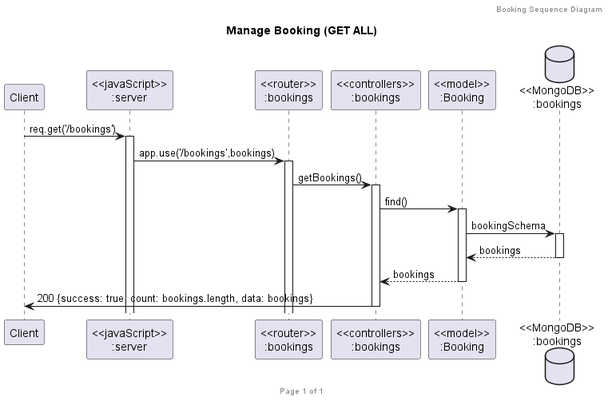
Before: presentation/Sequence_Diagram/Bookings/Manage Booking (GET ALL).png, a diagram exported from PlantUML (2110503TACEDT66/presentation-day-1-i-am-the-bone-of-my-sources).
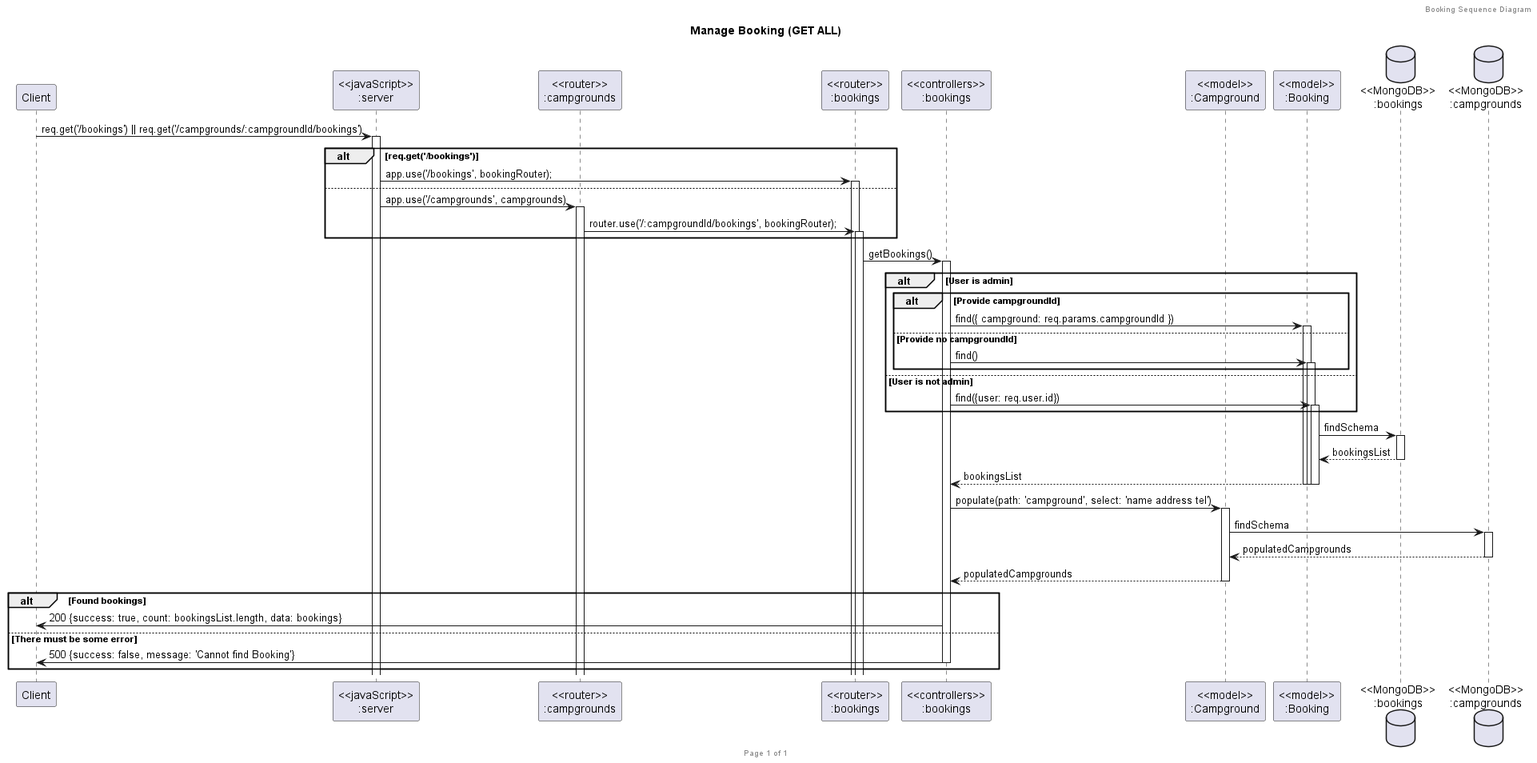
The same file after the commit.

Commit message:
Update booking get all

Diff of the diagram source:
```diff
@@ -6,18 +6,48 @@
 
 participant "Client" as client
 participant "<<javaScript>>\n:server" as server
+participant "<<router>>\n:campgrounds" as routerCampgrounds
 participant "<<router>>\n:bookings" as routerBookings
 participant "<<controllers>>\n:bookings" as controllersBookings
+participant "<<model>>\n:Campground" as modelCampground
 participant "<<model>>\n:Booking" as modelBooking
 database "<<MongoDB>>\n:bookings" as BookingsDatabase
+database "<<MongoDB>>\n:campgrounds" as CampgroundsDatabase
 
-client->server ++:req.get('/bookings')
-server->routerBookings ++:app.use('/bookings',bookings)
+client->server ++:req.get('/bookings') || req.get('/campgrounds/:campgroundId/bookings')
+alt req.get('/bookings')
+server->routerBookings ++:app.use('/bookings', bookingRouter);
+else
+server->routerCampgrounds ++:app.use('/campgrounds', campgrounds)
+routerCampgrounds->routerBookings ++:router.use('/:campgroundId/bookings', bookingRouter);
+end
 routerBookings -> controllersBookings ++:getBookings()
-controllersBookings->modelBooking ++:find()
-modelBooking ->BookingsDatabase ++: bookingSchema
-BookingsDatabase --> modelBooking --: bookings
-controllersBookings <-- modelBooking --:bookings
-controllersBookings->client --:200 {success: true, count: bookings.length, data: bookings}
+
+alt User is admin
+    alt Provide campgroundId
+        controllersBookings->modelBooking ++:find({ campground: req.params.campgroundId })
+    else Provide no campgroundId
+        controllersBookings->modelBooking ++:find()
+    end
+else User is not admin
+  controllersBookings->modelBooking ++:find({user: req.user.id})
+end
+
+modelBooking ->BookingsDatabase ++: findSchema
+BookingsDatabase --> modelBooking --: bookingsList
+controllersBookings <-- modelBooking --: bookingsList
+deactivate modelBooking
+deactivate modelBooking
+
+
+controllersBookings->modelCampground ++:populate(path: 'campground', select: 'name address tel')
+modelCampground ->CampgroundsDatabase ++: findSchema
+CampgroundsDatabase --> modelCampground --: populatedCampgrounds
+controllersBookings <-- modelCampground --: populatedCampgrounds
+alt Found bookings
+    controllersBookings->client :200 {success: true, count: bookingsList.length, data: bookings}
+else There must be some error
+    controllersBookings->client --:500 {success: false, message: 'Cannot find Booking'}
+end
 
 @enduml
```
